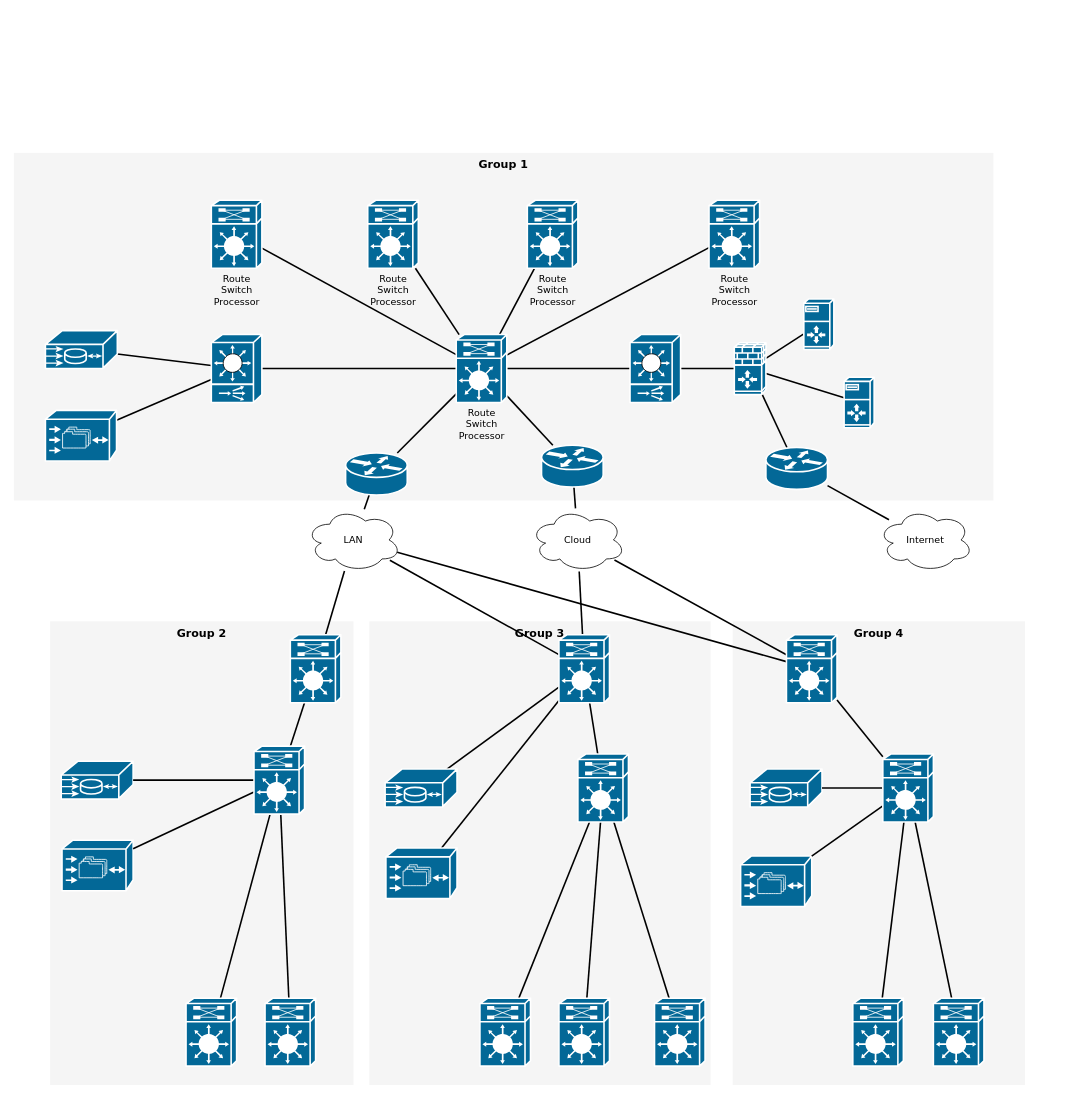
yousaf1982/Network-Diagrams keeps this draw.io diagram as Untitled Diagram.drawio. Above is the earlier version. Source tidied: cells renumbered, new cells numbered last; positions are measured from the earlier drawing's top-left corner, leaving out a move shared by most shapes. Both pictures are drawn from the tidied source at 79%, with x=0, y=0 at pixel (13, 152).
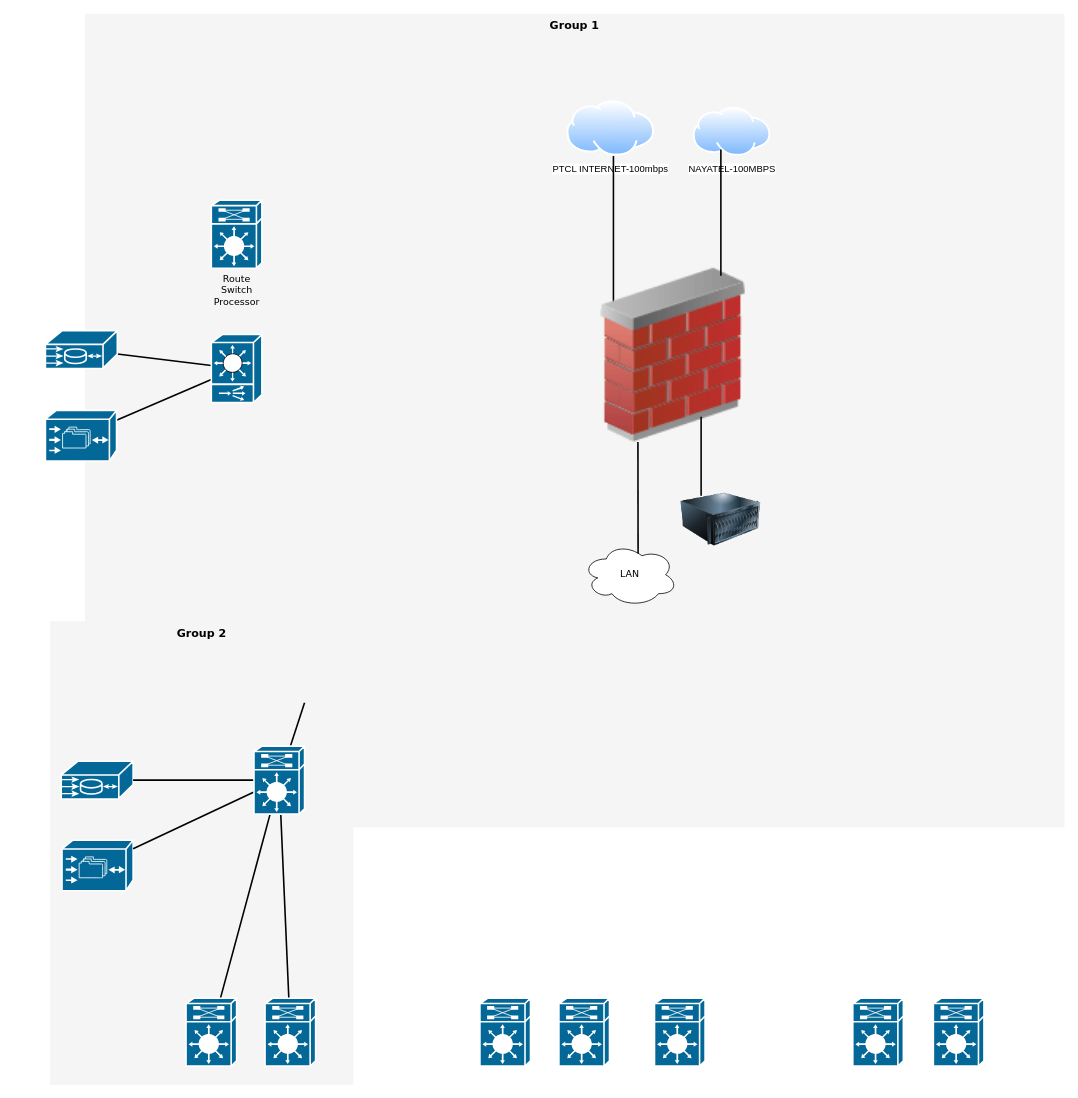
After the change.

Unchanged cells that the change refers to:
```xml
<mxCell id="7" value="Route&lt;div&gt;Switch&lt;/div&gt;&lt;div&gt;Processor&lt;/div&gt;" style="shape=mxgraph.cisco.misc.route_switch_processor;html=1;dashed=0;fillColor=#036897;strokeColor=#ffffff;strokeWidth=2;verticalLabelPosition=bottom;verticalAlign=top;rounded=0;shadow=0;comic=0;fontFamily=Verdana;fontSize=12;" parent="1" vertex="1">
  <mxGeometry x="250" y="60" width="64" height="86" as="geometry" />
</mxCell>
<mxCell id="21" style="shape=mxgraph.cisco.switches.content_switch;html=1;dashed=0;fillColor=#036897;strokeColor=#ffffff;strokeWidth=2;verticalLabelPosition=bottom;verticalAlign=top;rounded=0;shadow=0;comic=0;fontFamily=Verdana;fontSize=12;" parent="1" vertex="1">
  <mxGeometry x="250" y="230" width="64" height="86" as="geometry" />
</mxCell>
<mxCell id="54" style="shape=mxgraph.cisco.misc.route_switch_processor;html=1;dashed=0;fillColor=#036897;strokeColor=#ffffff;strokeWidth=2;verticalLabelPosition=bottom;verticalAlign=top;rounded=0;shadow=0;comic=0;fontFamily=Verdana;fontSize=12;" parent="1" vertex="1">
  <mxGeometry x="304" y="751" width="64" height="86" as="geometry" />
</mxCell>
<mxCell id="70" style="shape=mxgraph.cisco.misc.route_switch_processor;html=1;dashed=0;fillColor=#036897;strokeColor=#ffffff;strokeWidth=2;verticalLabelPosition=bottom;verticalAlign=top;rounded=0;shadow=0;comic=0;fontFamily=Verdana;fontSize=12;" parent="1" vertex="1">
  <mxGeometry x="590" y="1070" width="64" height="86" as="geometry" />
</mxCell>
<mxCell id="71" style="shape=mxgraph.cisco.misc.route_switch_processor;html=1;dashed=0;fillColor=#036897;strokeColor=#ffffff;strokeWidth=2;verticalLabelPosition=bottom;verticalAlign=top;rounded=0;shadow=0;comic=0;fontFamily=Verdana;fontSize=12;" parent="1" vertex="1">
  <mxGeometry x="690" y="1070" width="64" height="86" as="geometry" />
</mxCell>
<mxCell id="72" style="shape=mxgraph.cisco.misc.route_switch_processor;html=1;dashed=0;fillColor=#036897;strokeColor=#ffffff;strokeWidth=2;verticalLabelPosition=bottom;verticalAlign=top;rounded=0;shadow=0;comic=0;fontFamily=Verdana;fontSize=12;" parent="1" vertex="1">
  <mxGeometry x="811" y="1070" width="64" height="86" as="geometry" />
</mxCell>
<mxCell id="73" style="shape=mxgraph.cisco.misc.route_switch_processor;html=1;dashed=0;fillColor=#036897;strokeColor=#ffffff;strokeWidth=2;verticalLabelPosition=bottom;verticalAlign=top;rounded=0;shadow=0;comic=0;fontFamily=Verdana;fontSize=12;" parent="1" vertex="1">
  <mxGeometry x="1062" y="1070" width="64" height="86" as="geometry" />
</mxCell>
<mxCell id="74" style="shape=mxgraph.cisco.misc.route_switch_processor;html=1;dashed=0;fillColor=#036897;strokeColor=#ffffff;strokeWidth=2;verticalLabelPosition=bottom;verticalAlign=top;rounded=0;shadow=0;comic=0;fontFamily=Verdana;fontSize=12;" parent="1" vertex="1">
  <mxGeometry x="1164" y="1070" width="64" height="86" as="geometry" />
</mxCell>
```

Diff of the diagram source:
```diff
@@
     <mxCell id="2" value="Group 1" style="whiteSpace=wrap;html=1;rounded=0;shadow=0;comic=0;strokeWidth=1;fontFamily=Verdana;fontSize=14;fillColor=#f5f5f5;strokeColor=none;verticalAlign=top;fontStyle=1;" parent="1" vertex="1">
-      <mxGeometry width="1240" height="440" as="geometry" />
+      <mxGeometry x="90" y="-176" width="1240" height="1030" as="geometry" />
     </mxCell>
-    <mxCell id="3" value="Group 4" style="whiteSpace=wrap;html=1;rounded=0;shadow=0;comic=0;strokeWidth=1;fontFamily=Verdana;fontSize=14;fillColor=#f5f5f5;strokeColor=none;fontStyle=1;verticalAlign=top;" parent="1" vertex="1">
-      <mxGeometry x="910" y="593" width="370" height="587" as="geometry" />
-    </mxCell>
-    <mxCell id="4" value="Group 3" style="whiteSpace=wrap;html=1;rounded=0;shadow=0;comic=0;strokeWidth=1;fontFamily=Verdana;fontSize=14;fillColor=#f5f5f5;strokeColor=none;fontStyle=1;verticalAlign=top;" parent="1" vertex="1">
-      <mxGeometry x="450" y="593" width="432" height="587" as="geometry" />
-    </mxCell>
@@
-    <mxCell id="6" style="edgeStyle=none;html=1;labelBackgroundColor=none;startFill=0;endArrow=none;endFill=0;strokeWidth=2;fontFamily=Verdana;fontSize=12;" parent="1" edge="1" source="7" target="18">
-      <mxGeometry relative="1" as="geometry" />
-    </mxCell>
@@
-    <mxCell id="8" style="edgeStyle=none;html=1;labelBackgroundColor=none;startFill=0;endArrow=none;endFill=0;strokeWidth=2;fontFamily=Verdana;fontSize=12;" parent="1" edge="1" source="9" target="18">
-      <mxGeometry relative="1" as="geometry" />
-    </mxCell>
-    <mxCell id="9" value="Route&lt;div&gt;Switch&lt;/div&gt;&lt;div&gt;Processor&lt;/div&gt;" style="shape=mxgraph.cisco.misc.route_switch_processor;html=1;dashed=0;fillColor=#036897;strokeColor=#ffffff;strokeWidth=2;verticalLabelPosition=bottom;verticalAlign=top;rounded=0;shadow=0;comic=0;fontFamily=Verdana;fontSize=12;" parent="1" vertex="1">
-      <mxGeometry x="448" y="60" width="64" height="86" as="geometry" />
-    </mxCell>
-    <mxCell id="10" style="edgeStyle=none;html=1;labelBackgroundColor=none;startFill=0;endArrow=none;endFill=0;strokeWidth=2;fontFamily=Verdana;fontSize=12;" parent="1" edge="1" source="11" target="18">
-      <mxGeometry relative="1" as="geometry" />
-    </mxCell>
-    <mxCell id="11" value="Route&lt;div&gt;Switch&lt;/div&gt;&lt;div&gt;Processor&lt;/div&gt;" style="shape=mxgraph.cisco.misc.route_switch_processor;html=1;dashed=0;fillColor=#036897;strokeColor=#ffffff;strokeWidth=2;verticalLabelPosition=bottom;verticalAlign=top;rounded=0;shadow=0;comic=0;fontFamily=Verdana;fontSize=12;" parent="1" vertex="1">
-      <mxGeometry x="650" y="60" width="64" height="86" as="geometry" />
-    </mxCell>
-    <mxCell id="12" style="edgeStyle=none;html=1;labelBackgroundColor=none;startFill=0;endArrow=none;endFill=0;strokeWidth=2;fontFamily=Verdana;fontSize=12;" parent="1" edge="1" source="13" target="18">
-      <mxGeometry relative="1" as="geometry" />
-    </mxCell>
-    <mxCell id="13" value="Route&lt;div&gt;Switch&lt;/div&gt;&lt;div&gt;Processor&lt;/div&gt;" style="shape=mxgraph.cisco.misc.route_switch_processor;html=1;dashed=0;fillColor=#036897;strokeColor=#ffffff;strokeWidth=2;verticalLabelPosition=bottom;verticalAlign=top;rounded=0;shadow=0;comic=0;fontFamily=Verdana;fontSize=12;" parent="1" vertex="1">
-      <mxGeometry x="880" y="60" width="64" height="86" as="geometry" />
-    </mxCell>
-    <mxCell id="14" style="edgeStyle=none;html=1;labelBackgroundColor=none;startFill=0;endArrow=none;endFill=0;strokeWidth=2;fontFamily=Verdana;fontSize=12;" parent="1" edge="1" source="18" target="23">
-      <mxGeometry relative="1" as="geometry" />
-    </mxCell>
-    <mxCell id="15" style="edgeStyle=none;html=1;labelBackgroundColor=none;startFill=0;endArrow=none;endFill=0;strokeWidth=2;fontFamily=Verdana;fontSize=12;" parent="1" edge="1" source="18" target="21">
-      <mxGeometry relative="1" as="geometry" />
-    </mxCell>
-    <mxCell id="16" style="edgeStyle=none;html=1;labelBackgroundColor=none;startFill=0;endArrow=none;endFill=0;strokeWidth=2;fontFamily=Verdana;fontSize=12;" parent="1" edge="1" source="18" target="76">
-      <mxGeometry relative="1" as="geometry" />
-    </mxCell>
-    <mxCell id="17" style="edgeStyle=none;html=1;labelBackgroundColor=none;startFill=0;endArrow=none;endFill=0;strokeWidth=2;fontFamily=Verdana;fontSize=12;" parent="1" edge="1" source="18" target="78">
-      <mxGeometry relative="1" as="geometry" />
-    </mxCell>
-    <mxCell id="18" value="Route&lt;div&gt;Switch&lt;/div&gt;&lt;div&gt;Processor&lt;/div&gt;" style="shape=mxgraph.cisco.misc.route_switch_processor;html=1;dashed=0;fillColor=#036897;strokeColor=#ffffff;strokeWidth=2;verticalLabelPosition=bottom;verticalAlign=top;rounded=0;shadow=0;comic=0;fontFamily=Verdana;fontSize=12;" parent="1" vertex="1">
-      <mxGeometry x="560" y="230" width="64" height="86" as="geometry" />
-    </mxCell>
@@
-    <mxCell id="22" style="edgeStyle=none;html=1;labelBackgroundColor=none;startFill=0;endArrow=none;endFill=0;strokeWidth=2;fontFamily=Verdana;fontSize=12;" parent="1" edge="1" source="23" target="29">
-      <mxGeometry relative="1" as="geometry" />
-    </mxCell>
-    <mxCell id="23" style="shape=mxgraph.cisco.switches.content_switch;html=1;dashed=0;fillColor=#036897;strokeColor=#ffffff;strokeWidth=2;verticalLabelPosition=bottom;verticalAlign=top;rounded=0;shadow=0;comic=0;fontFamily=Verdana;fontSize=12;" parent="1" vertex="1">
-      <mxGeometry x="780" y="230" width="64" height="86" as="geometry" />
-    </mxCell>
@@
-    <mxCell id="26" style="edgeStyle=none;html=1;labelBackgroundColor=none;startFill=0;endArrow=none;endFill=0;strokeWidth=2;fontFamily=Verdana;fontSize=12;" parent="1" edge="1" source="29" target="30">
-      <mxGeometry relative="1" as="geometry" />
-    </mxCell>
-    <mxCell id="27" style="edgeStyle=none;html=1;labelBackgroundColor=none;startFill=0;endArrow=none;endFill=0;strokeWidth=2;fontFamily=Verdana;fontSize=12;" parent="1" edge="1" source="29" target="31">
-      <mxGeometry relative="1" as="geometry" />
-    </mxCell>
-    <mxCell id="28" style="edgeStyle=none;html=1;labelBackgroundColor=none;startFill=0;endArrow=none;endFill=0;strokeWidth=2;fontFamily=Verdana;fontSize=12;" parent="1" edge="1" source="29" target="80">
-      <mxGeometry relative="1" as="geometry" />
-    </mxCell>
-    <mxCell id="29" style="shape=mxgraph.cisco.security.ios_firewall;html=1;dashed=0;fillColor=#036897;strokeColor=#ffffff;strokeWidth=2;verticalLabelPosition=bottom;verticalAlign=top;rounded=0;shadow=0;comic=0;fontFamily=Verdana;fontSize=12;" parent="1" vertex="1">
-      <mxGeometry x="912" y="240" width="40" height="66" as="geometry" />
-    </mxCell>
-    <mxCell id="30" style="shape=mxgraph.cisco.servers.server_with_router;html=1;dashed=0;fillColor=#036897;strokeColor=#ffffff;strokeWidth=2;verticalLabelPosition=bottom;verticalAlign=top;rounded=0;shadow=0;comic=0;fontFamily=Verdana;fontSize=12;" parent="1" vertex="1">
-      <mxGeometry x="1000" y="185" width="38" height="64" as="geometry" />
-    </mxCell>
-    <mxCell id="31" style="shape=mxgraph.cisco.servers.server_with_router;html=1;dashed=0;fillColor=#036897;strokeColor=#ffffff;strokeWidth=2;verticalLabelPosition=bottom;verticalAlign=top;rounded=0;shadow=0;comic=0;fontFamily=Verdana;fontSize=12;" parent="1" vertex="1">
-      <mxGeometry x="1051" y="284" width="38" height="64" as="geometry" />
-    </mxCell>
-    <mxCell id="32" style="edgeStyle=none;html=1;labelBackgroundColor=none;startFill=0;endArrow=none;endFill=0;strokeWidth=2;fontFamily=Verdana;fontSize=12;" parent="1" edge="1" source="35" target="41">
-      <mxGeometry relative="1" as="geometry" />
-    </mxCell>
-    <mxCell id="33" style="edgeStyle=none;html=1;labelBackgroundColor=none;startFill=0;endArrow=none;endFill=0;strokeWidth=2;fontFamily=Verdana;fontSize=12;" parent="1" edge="1" source="35" target="45">
-      <mxGeometry relative="1" as="geometry" />
-    </mxCell>
-    <mxCell id="34" style="edgeStyle=none;html=1;labelBackgroundColor=none;startFill=0;endArrow=none;endFill=0;strokeWidth=2;fontFamily=Verdana;fontSize=12;" parent="1" edge="1" source="35" target="47">
-      <mxGeometry relative="1" as="geometry" />
-    </mxCell>
     <mxCell id="35" value="LAN" style="ellipse;shape=cloud;whiteSpace=wrap;html=1;rounded=0;shadow=0;comic=0;strokeWidth=1;fontFamily=Verdana;fontSize=12;" parent="1" vertex="1">
-      <mxGeometry x="370" y="450" width="120" height="80" as="geometry" />
+      <mxGeometry x="720" y="494" width="120" height="80" as="geometry" />
     </mxCell>
-    <mxCell id="36" style="edgeStyle=none;html=1;labelBackgroundColor=none;startFill=0;endArrow=none;endFill=0;strokeWidth=2;fontFamily=Verdana;fontSize=12;" parent="1" edge="1" source="38" target="45">
-      <mxGeometry relative="1" as="geometry" />
-    </mxCell>
-    <mxCell id="37" style="edgeStyle=none;html=1;labelBackgroundColor=none;startFill=0;endArrow=none;endFill=0;strokeWidth=2;fontFamily=Verdana;fontSize=12;" parent="1" edge="1" source="38" target="47">
-      <mxGeometry relative="1" as="geometry" />
-    </mxCell>
-    <mxCell id="38" value="Cloud" style="ellipse;shape=cloud;whiteSpace=wrap;html=1;rounded=0;shadow=0;comic=0;strokeWidth=1;fontFamily=Verdana;fontSize=12;" parent="1" vertex="1">
-      <mxGeometry x="654" y="450" width="120" height="80" as="geometry" />
-    </mxCell>
-    <mxCell id="39" value="Internet" style="ellipse;shape=cloud;whiteSpace=wrap;html=1;rounded=0;shadow=0;comic=0;strokeWidth=1;fontFamily=Verdana;fontSize=12;" parent="1" vertex="1">
-      <mxGeometry x="1094" y="450" width="120" height="80" as="geometry" />
-    </mxCell>
-    <mxCell id="40" style="edgeStyle=none;html=1;labelBackgroundColor=none;startFill=0;endArrow=none;endFill=0;strokeWidth=2;fontFamily=Verdana;fontSize=12;" parent="1" edge="1" source="41" target="54">
-      <mxGeometry relative="1" as="geometry" />
+    <mxCell id="40" style="edgeStyle=none;html=1;labelBackgroundColor=none;startFill=0;endArrow=none;endFill=0;strokeWidth=2;fontFamily=Verdana;fontSize=12;" parent="1" edge="1" target="54">
+      <mxGeometry relative="1" as="geometry">
+        <mxPoint x="368" y="696" as="sourcePoint" />
+      </mxGeometry>
     </mxCell>
-    <mxCell id="41" style="shape=mxgraph.cisco.misc.route_switch_processor;html=1;dashed=0;fillColor=#036897;strokeColor=#ffffff;strokeWidth=2;verticalLabelPosition=bottom;verticalAlign=top;rounded=0;shadow=0;comic=0;fontFamily=Verdana;fontSize=12;" parent="1" vertex="1">
-      <mxGeometry x="350" y="610" width="64" height="86" as="geometry" />
-    </mxCell>
-    <mxCell id="42" style="edgeStyle=none;html=1;labelBackgroundColor=none;startFill=0;endArrow=none;endFill=0;strokeWidth=2;fontFamily=Verdana;fontSize=12;" parent="1" edge="1" source="45" target="60">
-      <mxGeometry relative="1" as="geometry" />
-    </mxCell>
-    <mxCell id="43" style="edgeStyle=none;html=1;labelBackgroundColor=none;startFill=0;endArrow=none;endFill=0;strokeWidth=2;fontFamily=Verdana;fontSize=12;" parent="1" edge="1" source="45" target="55">
-      <mxGeometry relative="1" as="geometry" />
-    </mxCell>
-    <mxCell id="44" style="edgeStyle=none;html=1;labelBackgroundColor=none;startFill=0;endArrow=none;endFill=0;strokeWidth=2;fontFamily=Verdana;fontSize=12;" parent="1" edge="1" source="45" target="56">
-      <mxGeometry relative="1" as="geometry" />
-    </mxCell>
-    <mxCell id="45" style="shape=mxgraph.cisco.misc.route_switch_processor;html=1;dashed=0;fillColor=#036897;strokeColor=#ffffff;strokeWidth=2;verticalLabelPosition=bottom;verticalAlign=top;rounded=0;shadow=0;comic=0;fontFamily=Verdana;fontSize=12;" parent="1" vertex="1">
-      <mxGeometry x="690" y="610" width="64" height="86" as="geometry" />
-    </mxCell>
-    <mxCell id="46" style="edgeStyle=none;html=1;labelBackgroundColor=none;startFill=0;endArrow=none;endFill=0;strokeWidth=2;fontFamily=Verdana;fontSize=12;" parent="1" edge="1" source="47" target="67">
-      <mxGeometry relative="1" as="geometry" />
-    </mxCell>
-    <mxCell id="47" style="shape=mxgraph.cisco.misc.route_switch_processor;html=1;dashed=0;fillColor=#036897;strokeColor=#ffffff;strokeWidth=2;verticalLabelPosition=bottom;verticalAlign=top;rounded=0;shadow=0;comic=0;fontFamily=Verdana;fontSize=12;" parent="1" vertex="1">
-      <mxGeometry x="978" y="610" width="64" height="86" as="geometry" />
-    </mxCell>
@@
-    <mxCell id="55" style="shape=mxgraph.cisco.misc.me1100;html=1;dashed=0;fillColor=#036897;strokeColor=#ffffff;strokeWidth=2;verticalLabelPosition=bottom;verticalAlign=top;rounded=0;shadow=0;comic=0;fontFamily=Verdana;fontSize=12;" parent="1" vertex="1">
-      <mxGeometry x="470" y="780" width="91" height="48" as="geometry" />
-    </mxCell>
-    <mxCell id="56" style="shape=mxgraph.cisco.storage.cisco_file_engine;html=1;dashed=0;fillColor=#036897;strokeColor=#ffffff;strokeWidth=2;verticalLabelPosition=bottom;verticalAlign=top;rounded=0;shadow=0;comic=0;fontFamily=Verdana;fontSize=12;" parent="1" vertex="1">
-      <mxGeometry x="471" y="880" width="90" height="64" as="geometry" />
-    </mxCell>
-    <mxCell id="57" style="edgeStyle=none;html=1;labelBackgroundColor=none;startFill=0;endArrow=none;endFill=0;strokeWidth=2;fontFamily=Verdana;fontSize=12;" parent="1" edge="1" source="60" target="72">
-      <mxGeometry relative="1" as="geometry" />
-    </mxCell>
-    <mxCell id="58" style="edgeStyle=none;html=1;labelBackgroundColor=none;startFill=0;endArrow=none;endFill=0;strokeWidth=2;fontFamily=Verdana;fontSize=12;" parent="1" edge="1" source="60" target="71">
-      <mxGeometry relative="1" as="geometry" />
-    </mxCell>
-    <mxCell id="59" style="edgeStyle=none;html=1;labelBackgroundColor=none;startFill=0;endArrow=none;endFill=0;strokeWidth=2;fontFamily=Verdana;fontSize=12;" parent="1" edge="1" source="60" target="70">
-      <mxGeometry relative="1" as="geometry" />
-    </mxCell>
-    <mxCell id="60" style="shape=mxgraph.cisco.misc.route_switch_processor;html=1;dashed=0;fillColor=#036897;strokeColor=#ffffff;strokeWidth=2;verticalLabelPosition=bottom;verticalAlign=top;rounded=0;shadow=0;comic=0;fontFamily=Verdana;fontSize=12;" parent="1" vertex="1">
-      <mxGeometry x="714" y="761" width="64" height="86" as="geometry" />
-    </mxCell>
-    <mxCell id="61" style="shape=mxgraph.cisco.misc.me1100;html=1;dashed=0;fillColor=#036897;strokeColor=#ffffff;strokeWidth=2;verticalLabelPosition=bottom;verticalAlign=top;rounded=0;shadow=0;comic=0;fontFamily=Verdana;fontSize=12;" parent="1" vertex="1">
-      <mxGeometry x="932" y="780" width="91" height="48" as="geometry" />
-    </mxCell>
-    <mxCell id="62" style="shape=mxgraph.cisco.storage.cisco_file_engine;html=1;dashed=0;fillColor=#036897;strokeColor=#ffffff;strokeWidth=2;verticalLabelPosition=bottom;verticalAlign=top;rounded=0;shadow=0;comic=0;fontFamily=Verdana;fontSize=12;" parent="1" vertex="1">
-      <mxGeometry x="920" y="890" width="90" height="64" as="geometry" />
-    </mxCell>
-    <mxCell id="63" style="edgeStyle=none;html=1;labelBackgroundColor=none;startFill=0;endArrow=none;endFill=0;strokeWidth=2;fontFamily=Verdana;fontSize=12;" parent="1" edge="1" source="67" target="61">
-      <mxGeometry relative="1" as="geometry" />
-    </mxCell>
-    <mxCell id="64" style="edgeStyle=none;html=1;labelBackgroundColor=none;startFill=0;endArrow=none;endFill=0;strokeWidth=2;fontFamily=Verdana;fontSize=12;" parent="1" edge="1" source="67" target="62">
-      <mxGeometry relative="1" as="geometry" />
-    </mxCell>
-    <mxCell id="65" style="edgeStyle=none;html=1;labelBackgroundColor=none;startFill=0;endArrow=none;endFill=0;strokeWidth=2;fontFamily=Verdana;fontSize=12;" parent="1" edge="1" source="67" target="74">
-      <mxGeometry relative="1" as="geometry" />
-    </mxCell>
-    <mxCell id="66" style="edgeStyle=none;html=1;labelBackgroundColor=none;startFill=0;endArrow=none;endFill=0;strokeWidth=2;fontFamily=Verdana;fontSize=12;" parent="1" edge="1" source="67" target="73">
-      <mxGeometry relative="1" as="geometry" />
-    </mxCell>
-    <mxCell id="67" style="shape=mxgraph.cisco.misc.route_switch_processor;html=1;dashed=0;fillColor=#036897;strokeColor=#ffffff;strokeWidth=2;verticalLabelPosition=bottom;verticalAlign=top;rounded=0;shadow=0;comic=0;fontFamily=Verdana;fontSize=12;" parent="1" vertex="1">
-      <mxGeometry x="1100" y="761" width="64" height="86" as="geometry" />
-    </mxCell>
@@
-    <mxCell id="75" style="edgeStyle=none;html=1;labelBackgroundColor=none;startFill=0;endArrow=none;endFill=0;strokeWidth=2;fontFamily=Verdana;fontSize=12;" parent="1" edge="1" source="76" target="35">
-      <mxGeometry relative="1" as="geometry" />
+    <mxCell id="75" style="edgeStyle=none;html=1;labelBackgroundColor=none;startFill=0;endArrow=none;endFill=0;strokeWidth=2;fontFamily=Verdana;fontSize=12;" parent="1" edge="1">
+      <mxGeometry relative="1" as="geometry">
+        <mxPoint x="790" y="366" as="sourcePoint" />
+        <mxPoint x="790.2" y="507" as="targetPoint" />
+      </mxGeometry>
     </mxCell>
-    <mxCell id="76" style="shape=mxgraph.cisco.routers.router;html=1;dashed=0;fillColor=#036897;strokeColor=#ffffff;strokeWidth=2;verticalLabelPosition=bottom;verticalAlign=top;rounded=0;shadow=0;comic=0;fontFamily=Verdana;fontSize=12;" parent="1" vertex="1">
-      <mxGeometry x="420" y="380" width="78" height="53" as="geometry" />
-    </mxCell>
-    <mxCell id="77" style="edgeStyle=none;html=1;labelBackgroundColor=none;startFill=0;endArrow=none;endFill=0;strokeWidth=2;fontFamily=Verdana;fontSize=12;" parent="1" edge="1" source="78" target="38">
-      <mxGeometry relative="1" as="geometry" />
-    </mxCell>
-    <mxCell id="78" style="shape=mxgraph.cisco.routers.router;html=1;dashed=0;fillColor=#036897;strokeColor=#ffffff;strokeWidth=2;verticalLabelPosition=bottom;verticalAlign=top;rounded=0;shadow=0;comic=0;fontFamily=Verdana;fontSize=12;" parent="1" vertex="1">
-      <mxGeometry x="668" y="370" width="78" height="53" as="geometry" />
-    </mxCell>
-    <mxCell id="79" style="edgeStyle=none;html=1;labelBackgroundColor=none;startFill=0;endArrow=none;endFill=0;strokeWidth=2;fontFamily=Verdana;fontSize=12;" parent="1" edge="1" source="80" target="39">
-      <mxGeometry relative="1" as="geometry" />
-    </mxCell>
-    <mxCell id="80" style="shape=mxgraph.cisco.routers.router;html=1;dashed=0;fillColor=#036897;strokeColor=#ffffff;strokeWidth=2;verticalLabelPosition=bottom;verticalAlign=top;rounded=0;shadow=0;comic=0;fontFamily=Verdana;fontSize=12;" parent="1" vertex="1">
-      <mxGeometry x="952" y="373" width="78" height="53" as="geometry" />
-    </mxCell>
+    <mxCell id="81" value="PTCL INTERNET-100mbps" style="image;perimeter=ellipsePerimeter;html=1;align=center;shadow=0;dashed=0;spacingTop=3;image=img/lib/active_directory/internet_cloud.svg;" parent="1" vertex="1">
+      <mxGeometry x="699.9" y="-66" width="111.1" height="70" as="geometry" />
+    </mxCell>
+    <mxCell id="82" value="NAYATEL-100MBPS" style="image;perimeter=ellipsePerimeter;html=1;align=center;shadow=0;dashed=0;spacingTop=3;image=img/lib/active_directory/internet_cloud.svg;" parent="1" vertex="1">
+      <mxGeometry x="860" y="-57.7" width="98" height="61.7" as="geometry" />
+    </mxCell>
+    <mxCell id="83" style="line;strokeWidth=2;direction=south;html=1;" parent="1" vertex="1">
+      <mxGeometry x="754" y="4" width="10" height="190" as="geometry" />
+    </mxCell>
+    <mxCell id="84" style="image;html=1;image=img/lib/clip_art/networking/Firewall_02_128x128.png;" parent="1" vertex="1">
+      <mxGeometry x="690" y="146" width="290" height="220" as="geometry" />
+    </mxCell>
+    <mxCell id="85" style="line;strokeWidth=2;direction=south;html=1;" parent="1" vertex="1">
+      <mxGeometry x="890" y="-4.3" width="10" height="160" as="geometry" />
+    </mxCell>
+    <mxCell id="86" style="image;html=1;image=img/lib/clip_art/computers/Server_128x128.png;" parent="1" vertex="1">
+      <mxGeometry x="844.5" y="424" width="101" height="80" as="geometry" />
+    </mxCell>
+    <mxCell id="87" style="line;strokeWidth=2;direction=south;html=1;" parent="1" vertex="1">
+      <mxGeometry x="865" y="334" width="10" height="100" as="geometry" />
+    </mxCell>
```
